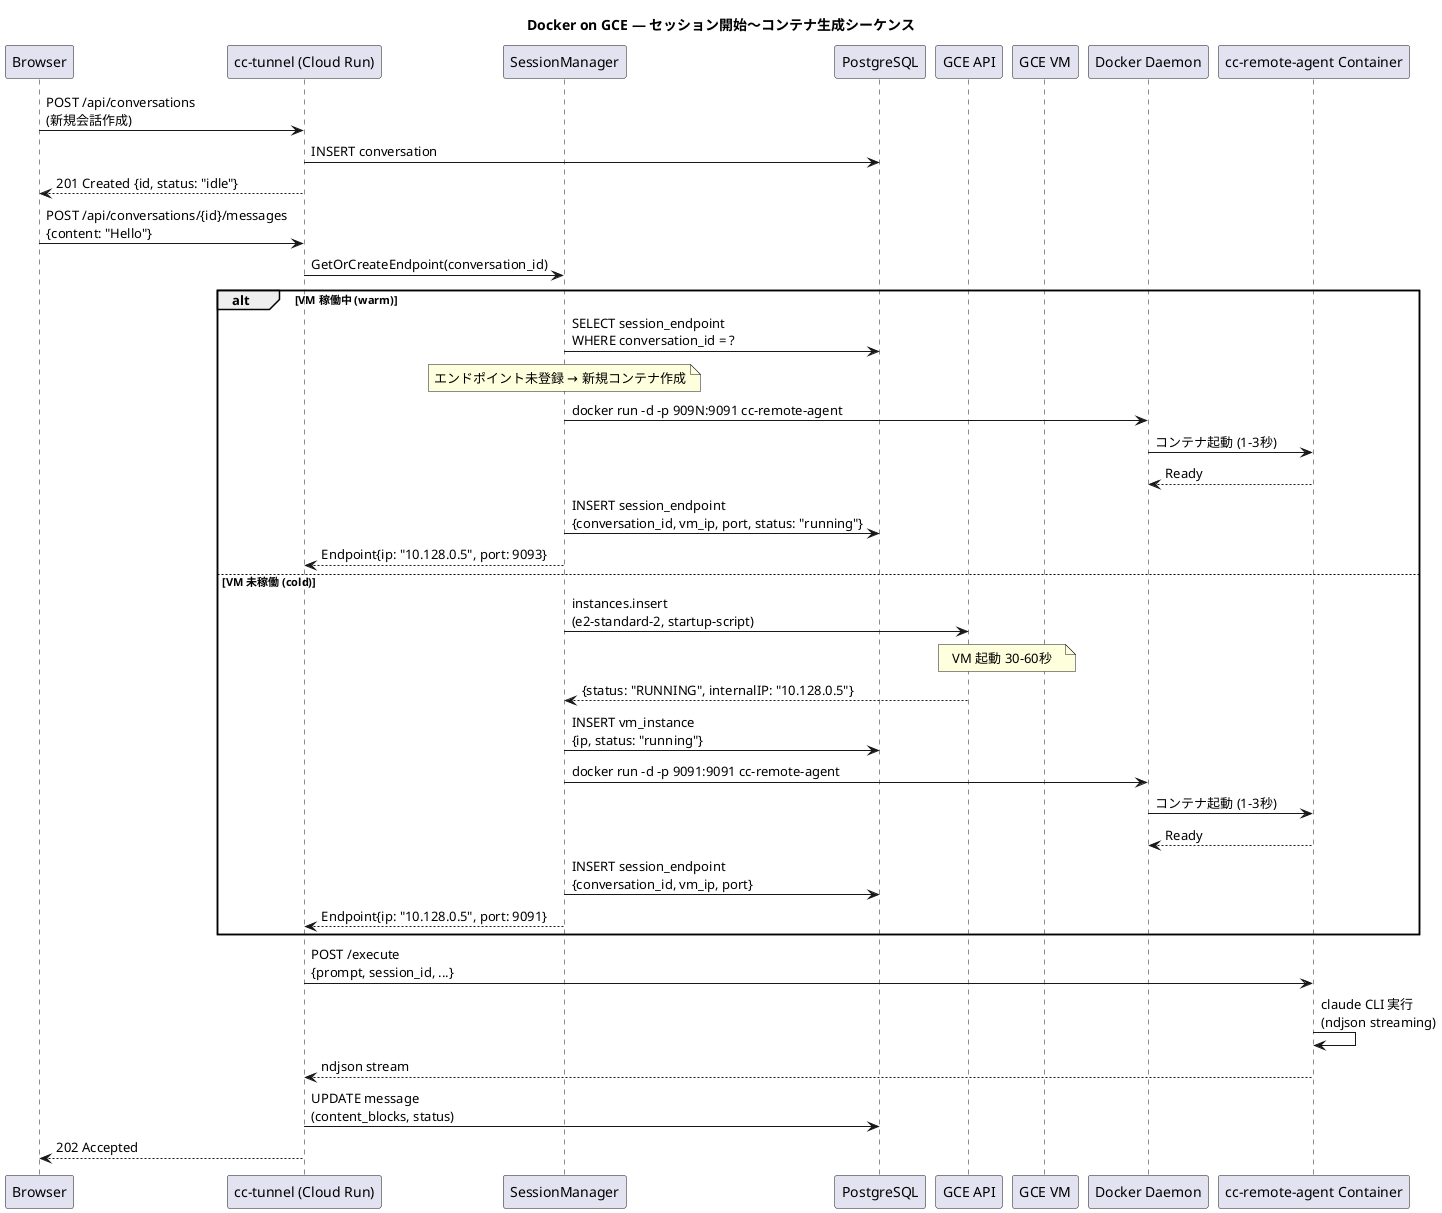
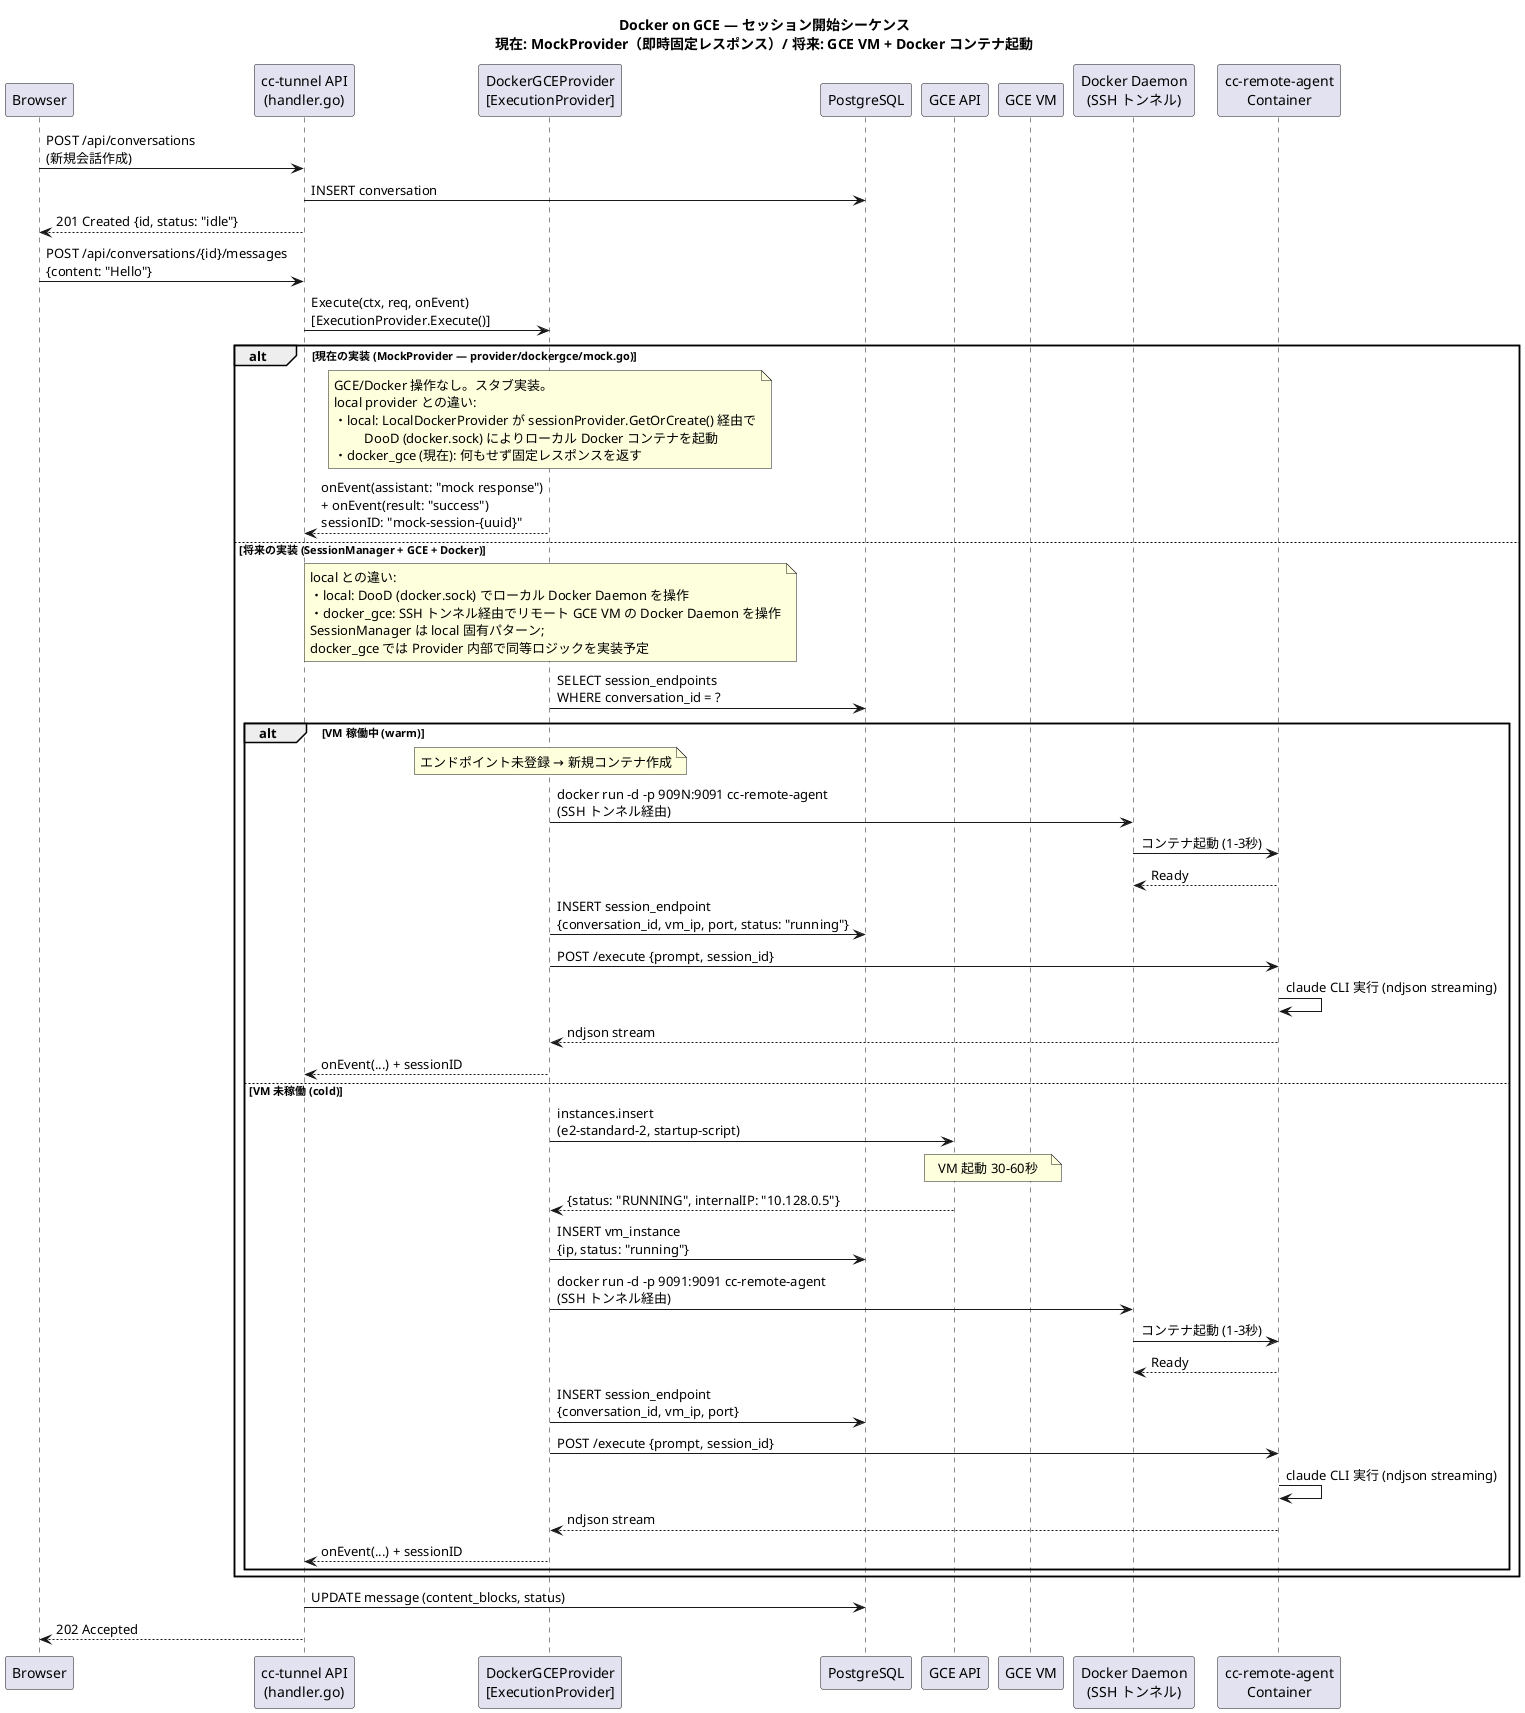
@startuml docker_gce_session_start
- ' セッション開始〜コンテナ生成のシーケンス図
- title Docker on GCE — セッション開始〜コンテナ生成シーケンス
+ ' DockerGCEProvider 経由のセッション開始シーケンス（現在: MockProvider / 将来: GCE + Docker）
+ title Docker on GCE — セッション開始シーケンス\n現在: MockProvider（即時固定レスポンス）/ 将来: GCE VM + Docker コンテナ起動

participant Browser
- participant "cc-tunnel (Cloud Run)" as CloudRun
- participant SessionManager as SM
+ participant "cc-tunnel API\n(handler.go)" as CloudRun
+ participant "DockerGCEProvider\n[ExecutionProvider]" as Provider
participant PostgreSQL as DB
participant "GCE API" as GCEAPI
participant "GCE VM" as VM
- participant "Docker Daemon" as Docker
- participant "cc-remote-agent Container" as Container
+ participant "Docker Daemon\n(SSH トンネル)" as Docker
+ participant "cc-remote-agent\nContainer" as Container

Browser -> CloudRun: POST /api/conversations\n(新規会話作成)
CloudRun -> DB: INSERT conversation
CloudRun --> Browser: 201 Created {id, status: "idle"}

Browser -> CloudRun: POST /api/conversations/{id}/messages\n{content: "Hello"}
- CloudRun -> SM: GetOrCreateEndpoint(conversation_id)

- alt VM 稼働中 (warm)
-   SM -> DB: SELECT session_endpoint\nWHERE conversation_id = ?
-   note over SM: エンドポイント未登録 → 新規コンテナ作成
-   SM -> Docker: docker run -d -p 909N:9091 cc-remote-agent
-   Docker -> Container: コンテナ起動 (1-3秒)
-   Container --> Docker: Ready
-   SM -> DB: INSERT session_endpoint\n{conversation_id, vm_ip, port, status: "running"}
-   SM --> CloudRun: Endpoint{ip: "10.128.0.5", port: 9093}
- else VM 未稼働 (cold)
-   SM -> GCEAPI: instances.insert\n(e2-standard-2, startup-script)
-   note over GCEAPI,VM: VM 起動 30-60秒
-   GCEAPI --> SM: {status: "RUNNING", internalIP: "10.128.0.5"}
-   SM -> DB: INSERT vm_instance\n{ip, status: "running"}
-   SM -> Docker: docker run -d -p 9091:9091 cc-remote-agent
-   Docker -> Container: コンテナ起動 (1-3秒)
-   Container --> Docker: Ready
-   SM -> DB: INSERT session_endpoint\n{conversation_id, vm_ip, port}
-   SM --> CloudRun: Endpoint{ip: "10.128.0.5", port: 9091}
+ CloudRun -> Provider: Execute(ctx, req, onEvent)\n[ExecutionProvider.Execute()]
+ 
+ alt 現在の実装 (MockProvider — provider/dockergce/mock.go)
+   note over Provider
+     GCE/Docker 操作なし。スタブ実装。
+     local provider との違い:
+     ・local: LocalDockerProvider が sessionProvider.GetOrCreate() 経由で
+              DooD (docker.sock) によりローカル Docker コンテナを起動
+     ・docker_gce (現在): 何もせず固定レスポンスを返す
+   end note
+   Provider --> CloudRun: onEvent(assistant: "mock response")\n+ onEvent(result: "success")\nsessionID: "mock-session-{uuid}"
+ 
+ else 将来の実装 (SessionManager + GCE + Docker)
+   note over Provider
+     local との違い:
+     ・local: DooD (docker.sock) でローカル Docker Daemon を操作
+     ・docker_gce: SSH トンネル経由でリモート GCE VM の Docker Daemon を操作
+     SessionManager は local 固有パターン;
+     docker_gce では Provider 内部で同等ロジックを実装予定
+   end note
+   Provider -> DB: SELECT session_endpoints\nWHERE conversation_id = ?
+ 
+   alt VM 稼働中 (warm)
+     note over Provider: エンドポイント未登録 → 新規コンテナ作成
+     Provider -> Docker: docker run -d -p 909N:9091 cc-remote-agent\n(SSH トンネル経由)
+     Docker -> Container: コンテナ起動 (1-3秒)
+     Container --> Docker: Ready
+     Provider -> DB: INSERT session_endpoint\n{conversation_id, vm_ip, port, status: "running"}
+     Provider -> Container: POST /execute {prompt, session_id}
+     Container -> Container: claude CLI 実行 (ndjson streaming)
+     Container --> Provider: ndjson stream
+     Provider --> CloudRun: onEvent(...) + sessionID
+ 
+   else VM 未稼働 (cold)
+     Provider -> GCEAPI: instances.insert\n(e2-standard-2, startup-script)
+     note over GCEAPI,VM: VM 起動 30-60秒
+     GCEAPI --> Provider: {status: "RUNNING", internalIP: "10.128.0.5"}
+     Provider -> DB: INSERT vm_instance\n{ip, status: "running"}
+     Provider -> Docker: docker run -d -p 9091:9091 cc-remote-agent\n(SSH トンネル経由)
+     Docker -> Container: コンテナ起動 (1-3秒)
+     Container --> Docker: Ready
+     Provider -> DB: INSERT session_endpoint\n{conversation_id, vm_ip, port}
+     Provider -> Container: POST /execute {prompt, session_id}
+     Container -> Container: claude CLI 実行 (ndjson streaming)
+     Container --> Provider: ndjson stream
+     Provider --> CloudRun: onEvent(...) + sessionID
+   end
end

- CloudRun -> Container: POST /execute\n{prompt, session_id, ...}
- Container -> Container: claude CLI 実行\n(ndjson streaming)
- Container --> CloudRun: ndjson stream
- CloudRun -> DB: UPDATE message\n(content_blocks, status)
+ CloudRun -> DB: UPDATE message (content_blocks, status)
CloudRun --> Browser: 202 Accepted

@enduml
